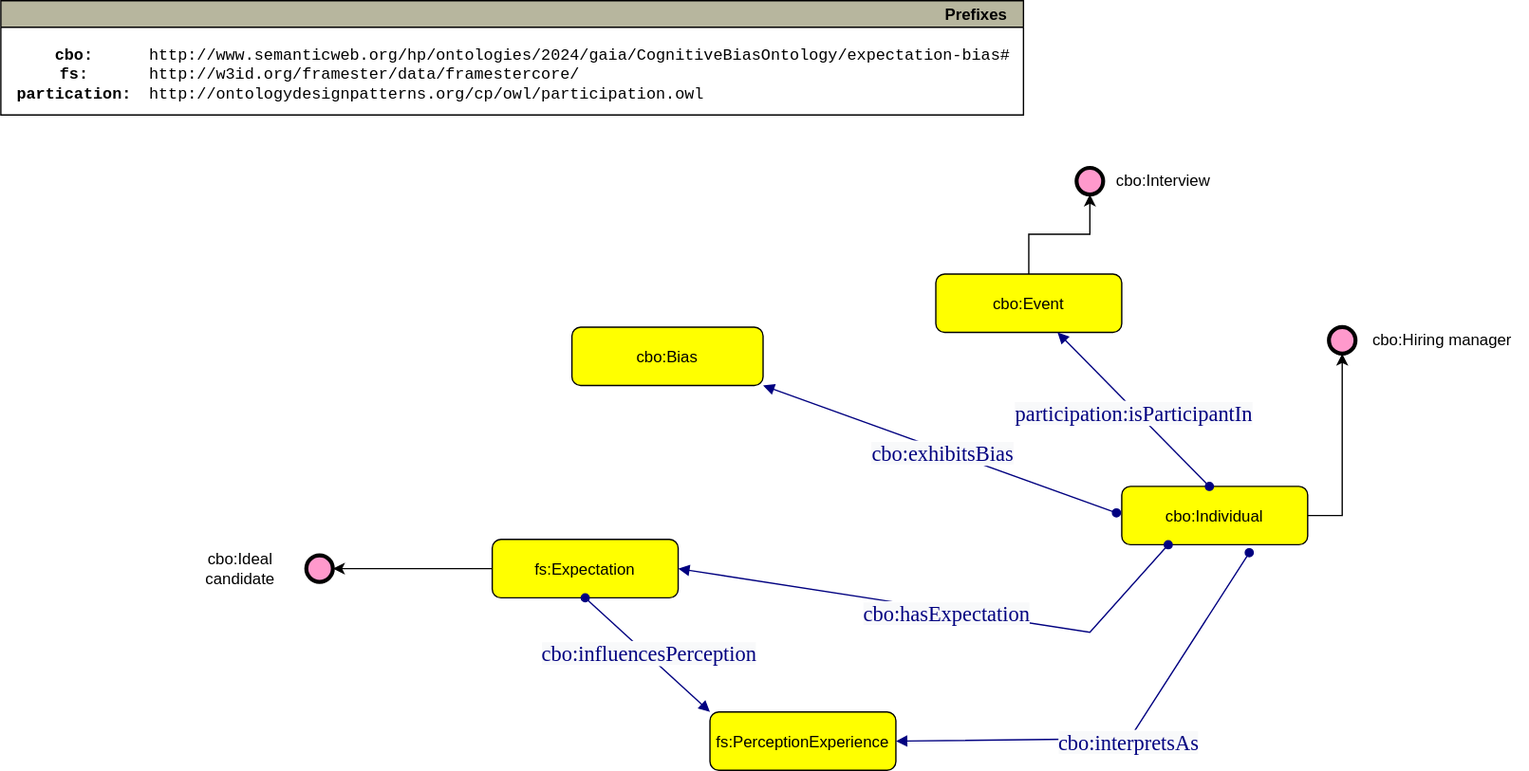
Earlier version of the draw.io export uml ontologies/uml expectation bias.svg (SleepingSteven/CognitiveBiasesOntology). Source tidied: cells renumbered, new cells last; positions are measured from the earlier drawing's top-left corner, leaving out a move shared by most shapes. Source of this version:
```xml
<mxGraphModel>
  <root>
    <mxCell id="0" />
    <mxCell id="1" parent="0" />
    <mxCell id="2" style="edgeStyle=orthogonalEdgeStyle;rounded=0;jettySize=auto;html=1;exitX=1;exitY=0.5;exitDx=0;exitDy=0;" parent="1" edge="1" source="3" target="23">
      <mxGeometry relative="1" as="geometry" />
    </mxCell>
    <mxCell id="3" value="cbo:Individual" style="graphMlID=n4;shape=rect;rounded=1;arcsize=30;fillColor=#ffff00;strokeColor=#000000;strokeWidth=1.0;" parent="1" vertex="1">
      <mxGeometry x="844" y="366" width="140" height="44" as="geometry" />
    </mxCell>
    <mxCell id="4" style="edgeStyle=orthogonalEdgeStyle;rounded=0;jettySize=auto;html=1;exitX=0.5;exitY=0;exitDx=0;exitDy=0;" parent="1" edge="1" source="5" target="27">
      <mxGeometry relative="1" as="geometry" />
    </mxCell>
    <mxCell id="5" value="cbo:Event" style="graphMlID=n4;shape=rect;rounded=1;arcsize=30;fillColor=#ffff00;strokeColor=#000000;strokeWidth=1.0;" parent="1" vertex="1">
      <mxGeometry x="704" y="206" width="140" height="44" as="geometry" />
    </mxCell>
    <mxCell id="6" value="cbo:Bias" style="graphMlID=n4;shape=rect;rounded=1;arcsize=30;fillColor=#ffff00;strokeColor=#000000;strokeWidth=1.0;" parent="1" vertex="1">
      <mxGeometry x="430" y="246" width="143.9" height="44" as="geometry" />
    </mxCell>
    <mxCell id="7" style="edgeStyle=orthogonalEdgeStyle;rounded=0;jettySize=auto;html=1;exitX=0;exitY=0.5;exitDx=0;exitDy=0;" parent="1" edge="1" source="8">
      <mxGeometry relative="1" as="geometry">
        <mxPoint x="250" y="428" as="targetPoint" />
      </mxGeometry>
    </mxCell>
    <mxCell id="8" value="fs:Expectation" style="graphMlID=n4;shape=rect;rounded=1;arcsize=30;fillColor=#ffff00;strokeColor=#000000;strokeWidth=1.0;" parent="1" vertex="1">
      <mxGeometry x="370" y="406" width="140" height="44" as="geometry" />
    </mxCell>
    <mxCell id="9" value="fs:PerceptionExperience" style="graphMlID=n4;shape=rect;rounded=1;arcsize=30;fillColor=#ffff00;strokeColor=#000000;strokeWidth=1.0;" parent="1" vertex="1">
      <mxGeometry x="533.9" y="536" width="140" height="44" as="geometry" />
    </mxCell>
    <mxCell id="10" style="graphMlID=e0;rounded=0;endArrow=block;strokeColor=#000080;strokeWidth=1.0;startArrow=oval;startFill=1;endFill=1;" parent="1" edge="1" target="5">
      <mxGeometry relative="1" as="geometry">
        <mxPoint x="910" y="366.1" as="sourcePoint" />
      </mxGeometry>
    </mxCell>
    <mxCell id="11" value="&lt;font face=&quot;dialog&quot; color=&quot;#000080&quot;&gt;&lt;span style=&quot;font-size: 16px; background-color: rgb(248, 249, 250);&quot;&gt;participation:isParticipantIn&lt;/span&gt;&lt;/font&gt;" style="text;html=1;align=center;verticalAlign=middle;labelBackgroundColor=#ffffff;" parent="10" vertex="1">
      <mxGeometry x="-0.02" y="2" relative="1" as="geometry" />
    </mxCell>
    <mxCell id="12" style="graphMlID=e0;rounded=0;endArrow=block;strokeColor=#000080;strokeWidth=1.0;startArrow=oval;startFill=1;endFill=1;exitX=0.25;exitY=1;exitDx=0;exitDy=0;entryX=1;entryY=0.5;entryDx=0;entryDy=0;" parent="1" edge="1" source="3" target="8">
      <mxGeometry relative="1" as="geometry">
        <Array as="points">
          <mxPoint x="820" y="476" />
        </Array>
      </mxGeometry>
    </mxCell>
    <mxCell id="13" value="&lt;font face=&quot;dialog&quot; color=&quot;#000080&quot;&gt;&lt;span style=&quot;font-size: 16px; background-color: rgb(248, 249, 250);&quot;&gt;cbo:hasExpectation&lt;/span&gt;&lt;/font&gt;" style="text;html=1;align=center;verticalAlign=middle;labelBackgroundColor=#ffffff;" parent="12" vertex="1">
      <mxGeometry x="-0.02" y="2" relative="1" as="geometry" />
    </mxCell>
    <mxCell id="14" style="graphMlID=e0;rounded=0;endArrow=block;strokeColor=#000080;strokeWidth=1.0;startArrow=oval;startFill=1;endFill=1;entryX=1;entryY=1;entryDx=0;entryDy=0;" parent="1" edge="1" target="6">
      <mxGeometry relative="1" as="geometry">
        <mxPoint x="840" y="386" as="sourcePoint" />
      </mxGeometry>
    </mxCell>
    <mxCell id="15" value="&lt;font face=&quot;dialog&quot; color=&quot;#000080&quot;&gt;&lt;span style=&quot;font-size: 16px; background-color: rgb(248, 249, 250);&quot;&gt;cbo:exhibitsBias&lt;/span&gt;&lt;/font&gt;" style="text;html=1;align=center;verticalAlign=middle;labelBackgroundColor=#ffffff;" parent="14" vertex="1">
      <mxGeometry x="-0.02" y="2" relative="1" as="geometry" />
    </mxCell>
    <mxCell id="16" style="graphMlID=e0;rounded=0;endArrow=block;strokeColor=#000080;strokeWidth=1.0;startArrow=oval;startFill=1;endFill=1;entryX=1;entryY=0.5;entryDx=0;entryDy=0;" parent="1" edge="1" target="9">
      <mxGeometry relative="1" as="geometry">
        <mxPoint x="940" y="416" as="sourcePoint" />
        <Array as="points">
          <mxPoint x="850" y="556" />
        </Array>
      </mxGeometry>
    </mxCell>
    <mxCell id="17" value="&lt;font face=&quot;dialog&quot; color=&quot;#000080&quot;&gt;&lt;span style=&quot;font-size: 16px; background-color: rgb(248, 249, 250);&quot;&gt;cbo:interpretsAs&lt;/span&gt;&lt;/font&gt;" style="text;html=1;align=center;verticalAlign=middle;labelBackgroundColor=#ffffff;" parent="16" vertex="1">
      <mxGeometry x="-0.02" y="2" relative="1" as="geometry" />
    </mxCell>
    <mxCell id="18" style="graphMlID=e0;rounded=0;endArrow=block;strokeColor=#000080;strokeWidth=1.0;startArrow=oval;startFill=1;endFill=1;exitX=0.5;exitY=1;exitDx=0;exitDy=0;entryX=0;entryY=0;entryDx=0;entryDy=0;" parent="1" edge="1" source="8" target="9">
      <mxGeometry relative="1" as="geometry" />
    </mxCell>
    <mxCell id="19" value="&lt;font face=&quot;dialog&quot; color=&quot;#000080&quot;&gt;&lt;span style=&quot;font-size: 16px; background-color: rgb(248, 249, 250);&quot;&gt;cbo:influencesPerception&lt;/span&gt;&lt;/font&gt;" style="text;html=1;align=center;verticalAlign=middle;labelBackgroundColor=#ffffff;" parent="18" vertex="1">
      <mxGeometry x="-0.02" y="2" relative="1" as="geometry" />
    </mxCell>
    <mxCell id="20" value="Prefixes" style="graphMlID=n0;shape=swimlane;startSize=20;fillColor=#b7b69e;strokeColor=#000000;strokeWidth=1.0;align=right;spacingRight=10;fontStyle=1;" parent="1" vertex="1">
      <mxGeometry width="770" height="86.1" as="geometry" />
    </mxCell>
    <mxCell id="21" value="&lt;b&gt;cbo:&lt;br&gt;fs:&lt;br&gt;partication:&lt;/b&gt;" style="text;html=1;align=center;verticalAlign=middle;fontFamily=Courier New;" parent="20" vertex="1">
      <mxGeometry y="26.1" width="110" height="60" as="geometry" />
    </mxCell>
    <mxCell id="22" value="http://www.semanticweb.org/hp/ontologies/2024/gaia/CognitiveBiasOntology/expectation-bias#&lt;br&gt;http://w3id.org/framester/data/framestercore/&lt;br&gt;http://ontologydesignpatterns.org/cp/owl/participation.owl" style="text;html=1;align=left;verticalAlign=middle;fontFamily=Courier New;" parent="20" vertex="1">
      <mxGeometry x="110" y="26" width="670" height="60" as="geometry" />
    </mxCell>
    <mxCell id="23" style="graphMlID=n9;shape=ellipse;fillColor=#ff99cc;strokeColor=#000000;strokeWidth=3.0;verticalAlign=middle;labelPosition=right;verticalLabelPosition=middle;align=left;spacingRight=1;spacing=17;" parent="1" vertex="1">
      <mxGeometry x="1000" y="246" width="20" height="20" as="geometry" />
    </mxCell>
    <mxCell id="24" style="graphMlID=n9;shape=ellipse;fillColor=#ff99cc;strokeColor=#000000;strokeWidth=3.0;verticalAlign=middle;labelPosition=right;verticalLabelPosition=middle;align=left;spacingRight=1;spacing=17;direction=west;" parent="1" vertex="1">
      <mxGeometry x="230" y="418" width="20" height="20" as="geometry" />
    </mxCell>
    <mxCell id="25" value="cbo:Ideal&lt;br&gt;candidate" style="text;html=1;align=center;verticalAlign=middle;strokeColor=none;fillColor=none;" parent="1" vertex="1">
      <mxGeometry x="140" y="408" width="80" height="40" as="geometry" />
    </mxCell>
    <mxCell id="26" value="cbo:Hiring manager" style="text;html=1;align=center;verticalAlign=middle;strokeColor=none;fillColor=none;" parent="1" vertex="1">
      <mxGeometry x="1020" y="241" width="130" height="30" as="geometry" />
    </mxCell>
    <mxCell id="27" style="graphMlID=n9;shape=ellipse;fillColor=#ff99cc;strokeColor=#000000;strokeWidth=3.0;verticalAlign=middle;labelPosition=right;verticalLabelPosition=middle;align=left;spacingRight=1;spacing=17;" parent="1" vertex="1">
      <mxGeometry x="810" y="126" width="20" height="20" as="geometry" />
    </mxCell>
    <mxCell id="28" value="cbo:Interview" style="text;html=1;align=center;verticalAlign=middle;strokeColor=none;fillColor=none;" parent="1" vertex="1">
      <mxGeometry x="830" y="121" width="90" height="30" as="geometry" />
    </mxCell>
  </root>
</mxGraphModel>
```
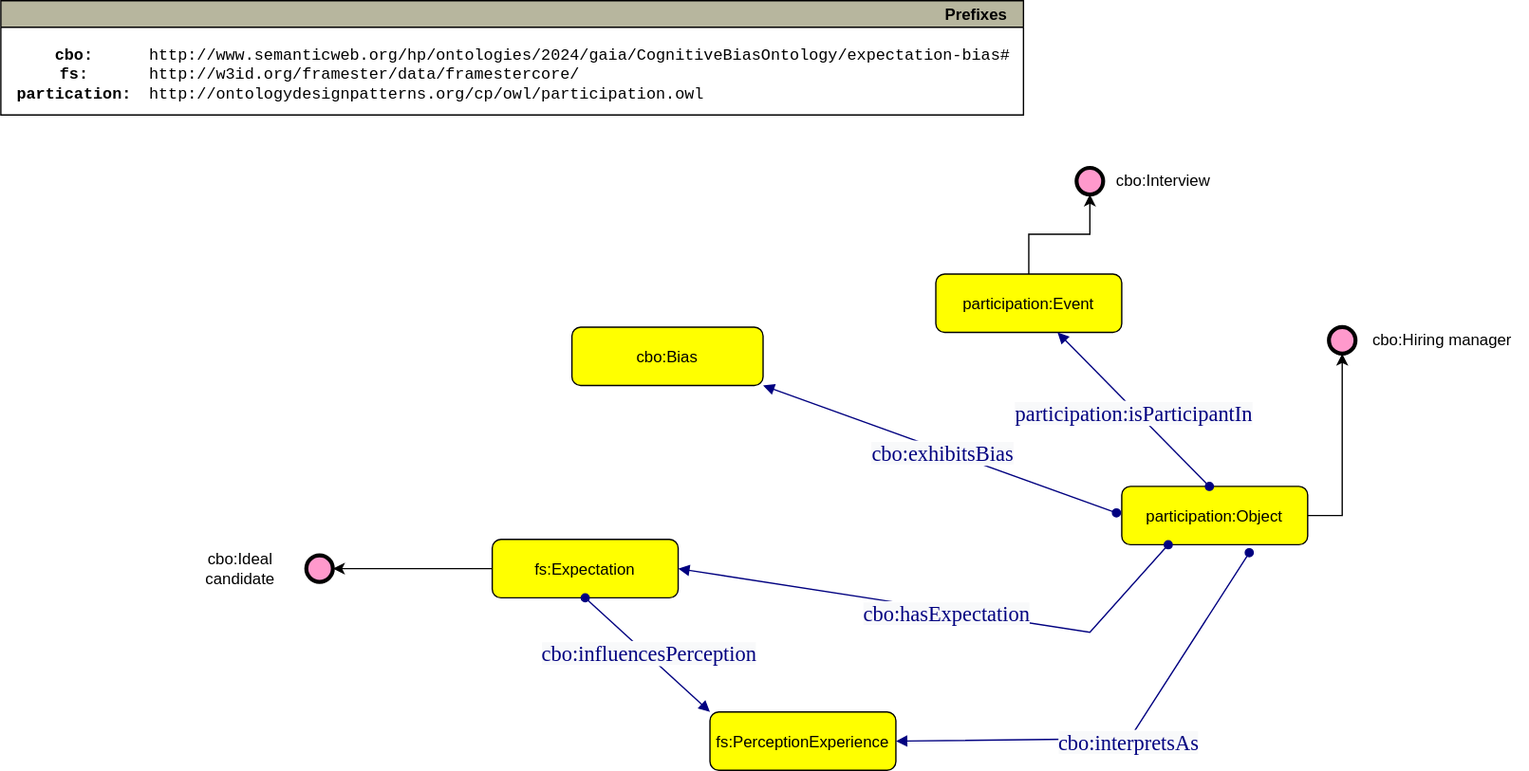
Later version of the same file.

Commit message:
cambiamenti expectation bias uml

What changed in the source:
```diff
@@ -5,13 +5,13 @@
     <mxCell id="2" style="edgeStyle=orthogonalEdgeStyle;rounded=0;jettySize=auto;html=1;exitX=1;exitY=0.5;exitDx=0;exitDy=0;" parent="1" edge="1" source="3" target="23">
       <mxGeometry relative="1" as="geometry" />
     </mxCell>
-    <mxCell id="3" value="cbo:Individual" style="graphMlID=n4;shape=rect;rounded=1;arcsize=30;fillColor=#ffff00;strokeColor=#000000;strokeWidth=1.0;" parent="1" vertex="1">
+    <mxCell id="3" value="participation:Object" style="graphMlID=n4;shape=rect;rounded=1;arcsize=30;fillColor=#ffff00;strokeColor=#000000;strokeWidth=1.0;" parent="1" vertex="1">
       <mxGeometry x="844" y="366" width="140" height="44" as="geometry" />
     </mxCell>
     <mxCell id="4" style="edgeStyle=orthogonalEdgeStyle;rounded=0;jettySize=auto;html=1;exitX=0.5;exitY=0;exitDx=0;exitDy=0;" parent="1" edge="1" source="5" target="27">
       <mxGeometry relative="1" as="geometry" />
     </mxCell>
-    <mxCell id="5" value="cbo:Event" style="graphMlID=n4;shape=rect;rounded=1;arcsize=30;fillColor=#ffff00;strokeColor=#000000;strokeWidth=1.0;" parent="1" vertex="1">
+    <mxCell id="5" value="participation:Event" style="graphMlID=n4;shape=rect;rounded=1;arcsize=30;fillColor=#ffff00;strokeColor=#000000;strokeWidth=1.0;" parent="1" vertex="1">
       <mxGeometry x="704" y="206" width="140" height="44" as="geometry" />
     </mxCell>
     <mxCell id="6" value="cbo:Bias" style="graphMlID=n4;shape=rect;rounded=1;arcsize=30;fillColor=#ffff00;strokeColor=#000000;strokeWidth=1.0;" parent="1" vertex="1">
```
